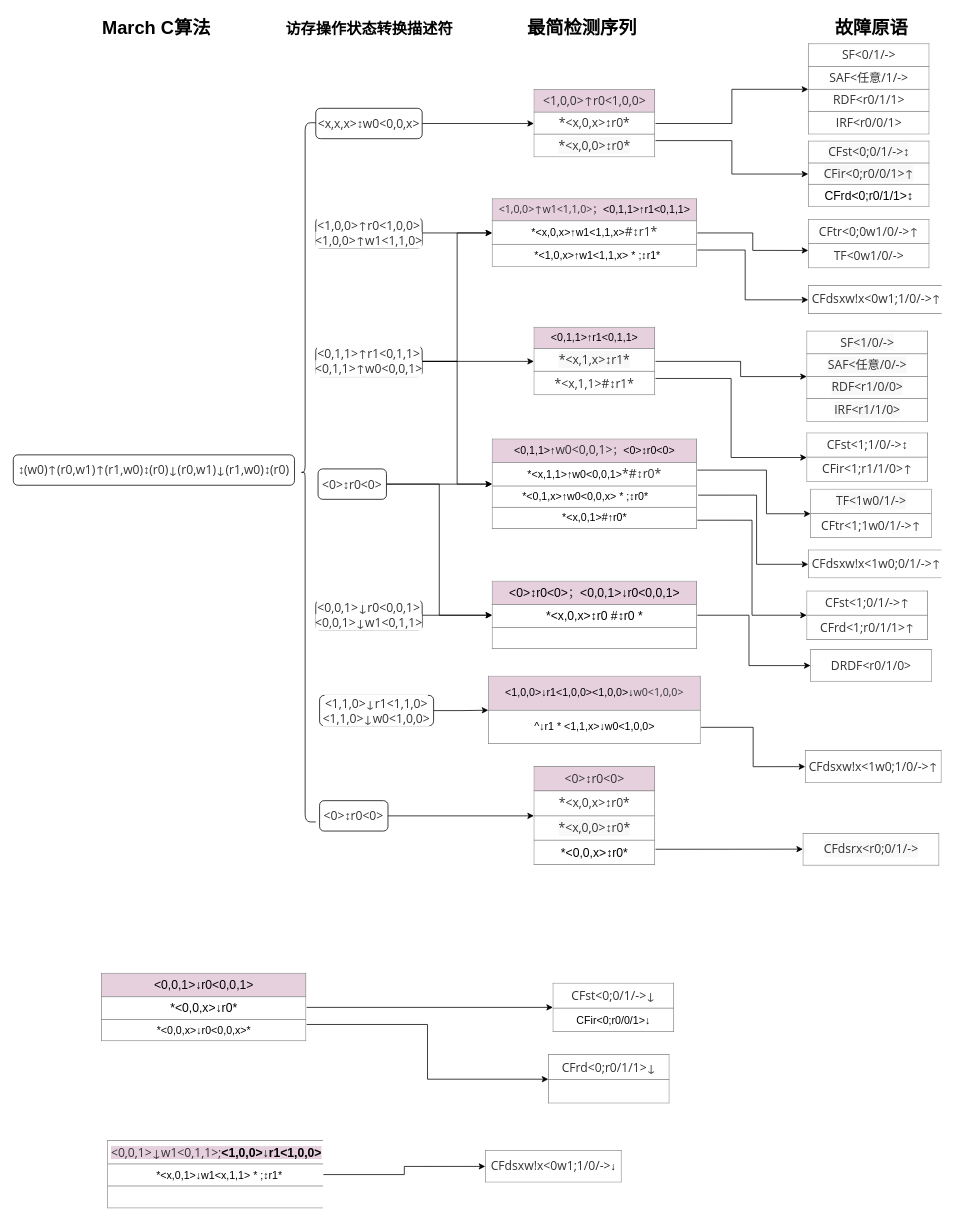
Before: doc/march c检测故障.drawio in shanshan-lu/homwork, a draw.io diagram. Source tidied: cells renumbered, new cells numbered last; positions are measured from the earlier drawing's top-left corner, leaving out a move shared by most shapes. Both pictures are drawn from the tidied source at 76%, with x=0, y=0 at pixel (13, 13).
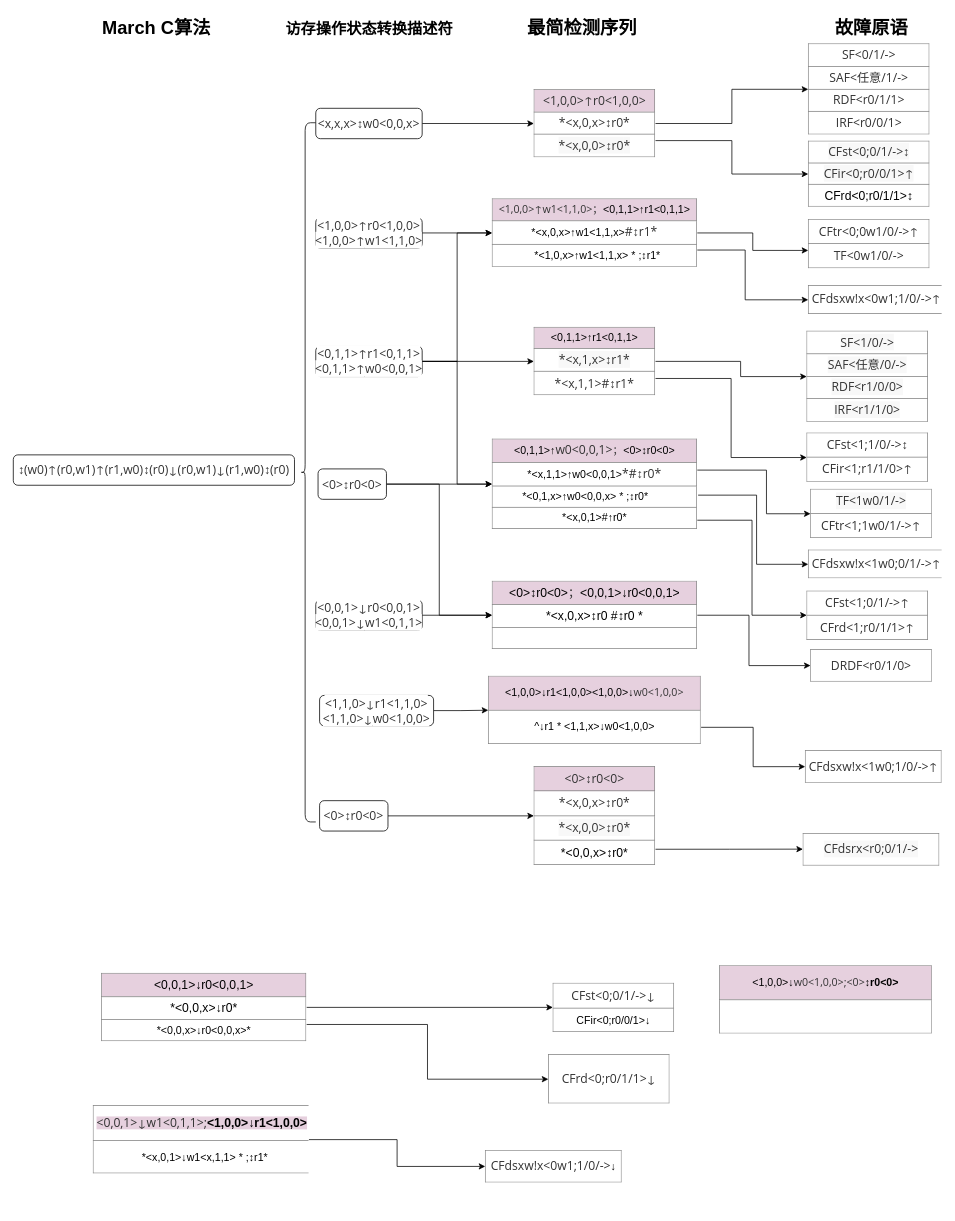
Above is the later version.

Commit message (it also covers changes not shown here):
更新march c检测故障.drawio

The edit, as a diff of the source:
```diff
@@
-    <mxCell id="60" value="&lt;table border=&quot;1&quot; width=&quot;100%&quot; height=&quot;100%&quot; cellpadding=&quot;4&quot; style=&quot;width: 100%; height: 100%; border-collapse: collapse; background-color: rgb(255, 255, 255);&quot;&gt;&lt;tbody&gt;&lt;tr&gt;&lt;th style=&quot;text-align: center;&quot;&gt;&lt;span style=&quot;color: rgb(51, 51, 51); font-family: &amp;quot;Open Sans&amp;quot;, &amp;quot;Clear Sans&amp;quot;, &amp;quot;Helvetica Neue&amp;quot;, Helvetica, Arial, sans-serif; font-size: 16px; font-weight: 400; text-align: left;&quot;&gt;CFrd&amp;lt;0;r0/1/1&amp;gt;&lt;/span&gt;&lt;font face=&quot;Open Sans, Clear Sans, Helvetica Neue, Helvetica, Arial, sans-serif&quot; color=&quot;#333333&quot;&gt;&lt;span style=&quot;font-size: 16px; font-weight: 400;&quot;&gt;↓&lt;/span&gt;&lt;/font&gt;&lt;br&gt;&lt;/th&gt;&lt;/tr&gt;&lt;tr&gt;&lt;td style=&quot;&quot; align=&quot;center&quot;&gt;&lt;br&gt;&lt;/td&gt;&lt;/tr&gt;&lt;/tbody&gt;&lt;/table&gt;" style="text;html=1;overflow=fill;rounded=1;glass=0;labelBackgroundColor=#E6D0DE;fontSize=14;" parent="1" vertex="1">
+    <mxCell id="60" value="&lt;table border=&quot;1&quot; width=&quot;100%&quot; height=&quot;100%&quot; cellpadding=&quot;4&quot; style=&quot;width: 100%; height: 100%; border-collapse: collapse; background-color: rgb(255, 255, 255);&quot;&gt;&lt;tbody&gt;&lt;tr&gt;&lt;th style=&quot;text-align: center;&quot;&gt;&lt;span style=&quot;color: rgb(51, 51, 51); font-family: &amp;quot;Open Sans&amp;quot;, &amp;quot;Clear Sans&amp;quot;, &amp;quot;Helvetica Neue&amp;quot;, Helvetica, Arial, sans-serif; font-size: 16px; font-weight: 400; text-align: left;&quot;&gt;CFrd&amp;lt;0;r0/1/1&amp;gt;&lt;/span&gt;&lt;font face=&quot;Open Sans, Clear Sans, Helvetica Neue, Helvetica, Arial, sans-serif&quot; color=&quot;#333333&quot;&gt;&lt;span style=&quot;font-size: 16px; font-weight: 400;&quot;&gt;↓&lt;/span&gt;&lt;/font&gt;&lt;br&gt;&lt;/th&gt;&lt;/tr&gt;&lt;/tbody&gt;&lt;/table&gt;" style="text;html=1;overflow=fill;rounded=1;glass=0;labelBackgroundColor=#E6D0DE;fontSize=14;" parent="1" vertex="1">
       <mxGeometry x="704" y="1370" width="160" height="65" as="geometry" />
     </mxCell>
@@
-    <mxCell id="62" value="&lt;table border=&quot;1&quot; width=&quot;100%&quot; height=&quot;100%&quot; cellpadding=&quot;4&quot; style=&quot;width: 100%; height: 100%; border-collapse: collapse; font-size: 14px;&quot;&gt;&lt;tbody&gt;&lt;tr style=&quot;font-size: 16px;&quot;&gt;&lt;th style=&quot;&quot; align=&quot;center&quot;&gt;&lt;span style=&quot;background-color: rgb(230, 208, 222);&quot;&gt;&lt;span style=&quot;font-weight: 400; color: rgb(51, 51, 51); font-family: &amp;quot;Open Sans&amp;quot;, &amp;quot;Clear Sans&amp;quot;, &amp;quot;Helvetica Neue&amp;quot;, Helvetica, Arial, sans-serif; orphans: 4; text-align: left;&quot;&gt;&amp;lt;0,0,1&amp;gt;↓&lt;/span&gt;&lt;span style=&quot;font-weight: 400; color: rgb(51, 51, 51); font-family: &amp;quot;Open Sans&amp;quot;, &amp;quot;Clear Sans&amp;quot;, &amp;quot;Helvetica Neue&amp;quot;, Helvetica, Arial, sans-serif; orphans: 4; text-align: left;&quot;&gt;w1&amp;lt;0,1,1&amp;gt;;&lt;/span&gt;&amp;lt;1,0,0&amp;gt;↓r1&amp;lt;1,0,0&amp;gt;&lt;/span&gt;&lt;br&gt;&lt;/th&gt;&lt;/tr&gt;&lt;tr&gt;&lt;td align=&quot;center&quot;&gt;&amp;nbsp; *&amp;lt;x,0,1&amp;gt;↓w1&amp;lt;x,1,1&amp;gt; * ;↕r1*&lt;br&gt;&lt;/td&gt;&lt;/tr&gt;&lt;tr&gt;&lt;td style=&quot;text-align: center;&quot;&gt;&lt;br&gt;&lt;/td&gt;&lt;/tr&gt;&lt;/tbody&gt;&lt;/table&gt;" style="text;html=1;strokeColor=none;fillColor=none;overflow=fill;rounded=1;glass=0;arcSize=27;" parent="1" vertex="1">
-      <mxGeometry x="124" y="1483" width="284" height="90" as="geometry" />
+    <mxCell id="62" value="&lt;table border=&quot;1&quot; width=&quot;100%&quot; height=&quot;100%&quot; cellpadding=&quot;4&quot; style=&quot;width: 100%; height: 100%; border-collapse: collapse; font-size: 14px;&quot;&gt;&lt;tbody&gt;&lt;tr style=&quot;font-size: 16px;&quot;&gt;&lt;th style=&quot;&quot; align=&quot;center&quot;&gt;&lt;span style=&quot;background-color: rgb(230, 208, 222);&quot;&gt;&lt;span style=&quot;font-weight: 400; color: rgb(51, 51, 51); font-family: &amp;quot;Open Sans&amp;quot;, &amp;quot;Clear Sans&amp;quot;, &amp;quot;Helvetica Neue&amp;quot;, Helvetica, Arial, sans-serif; orphans: 4; text-align: left;&quot;&gt;&amp;lt;0,0,1&amp;gt;↓&lt;/span&gt;&lt;span style=&quot;font-weight: 400; color: rgb(51, 51, 51); font-family: &amp;quot;Open Sans&amp;quot;, &amp;quot;Clear Sans&amp;quot;, &amp;quot;Helvetica Neue&amp;quot;, Helvetica, Arial, sans-serif; orphans: 4; text-align: left;&quot;&gt;w1&amp;lt;0,1,1&amp;gt;;&lt;/span&gt;&amp;lt;1,0,0&amp;gt;↓r1&amp;lt;1,0,0&amp;gt;&lt;/span&gt;&lt;br&gt;&lt;/th&gt;&lt;/tr&gt;&lt;tr&gt;&lt;td align=&quot;center&quot;&gt;&amp;nbsp; *&amp;lt;x,0,1&amp;gt;↓w1&amp;lt;x,1,1&amp;gt; * ;↕r1*&lt;br&gt;&lt;/td&gt;&lt;/tr&gt;&lt;/tbody&gt;&lt;/table&gt;" style="text;html=1;strokeColor=none;fillColor=none;overflow=fill;rounded=1;glass=0;arcSize=27;" parent="1" vertex="1">
+      <mxGeometry x="105" y="1437" width="284" height="90" as="geometry" />
     </mxCell>
@@
+    <mxCell id="64" value="&lt;table border=&quot;1&quot; width=&quot;100%&quot; height=&quot;100%&quot; cellpadding=&quot;4&quot; style=&quot;width: 100%; height: 100%; border-collapse: collapse; font-size: 14px;&quot;&gt;&lt;tbody&gt;&lt;tr&gt;&lt;th style=&quot;background-color: rgb(230, 208, 222);&quot; align=&quot;center&quot;&gt;&lt;span style=&quot;font-weight: normal;&quot;&gt;&amp;lt;1,0,0&amp;gt;↓&lt;span style=&quot;font-family: &amp;quot;Open Sans&amp;quot;, &amp;quot;Clear Sans&amp;quot;, &amp;quot;Helvetica Neue&amp;quot;, Helvetica, Arial, sans-serif; orphans: 4; text-align: left; color: rgb(51, 51, 51);&quot;&gt;w0&amp;lt;1,0,0&amp;gt;;&amp;lt;0&amp;gt;&lt;/span&gt;&lt;/span&gt;↕r0&amp;lt;0&amp;gt;&lt;span style=&quot;font-weight: normal;&quot;&gt;&lt;span style=&quot;font-family: &amp;quot;Open Sans&amp;quot;, &amp;quot;Clear Sans&amp;quot;, &amp;quot;Helvetica Neue&amp;quot;, Helvetica, Arial, sans-serif; orphans: 4; text-align: left; color: rgb(51, 51, 51);&quot;&gt;&lt;br&gt;&lt;/span&gt;&lt;/span&gt;&lt;/th&gt;&lt;/tr&gt;&lt;tr&gt;&lt;td align=&quot;center&quot;&gt;&lt;b&gt;&lt;br&gt;&lt;/b&gt;&lt;/td&gt;&lt;/tr&gt;&lt;/tbody&gt;&lt;/table&gt;" style="text;html=1;strokeColor=none;fillColor=none;overflow=fill;rounded=1;glass=0;arcSize=27;" parent="1" vertex="1">
+      <mxGeometry x="929" y="1253" width="280" height="90" as="geometry" />
+    </mxCell>
```
